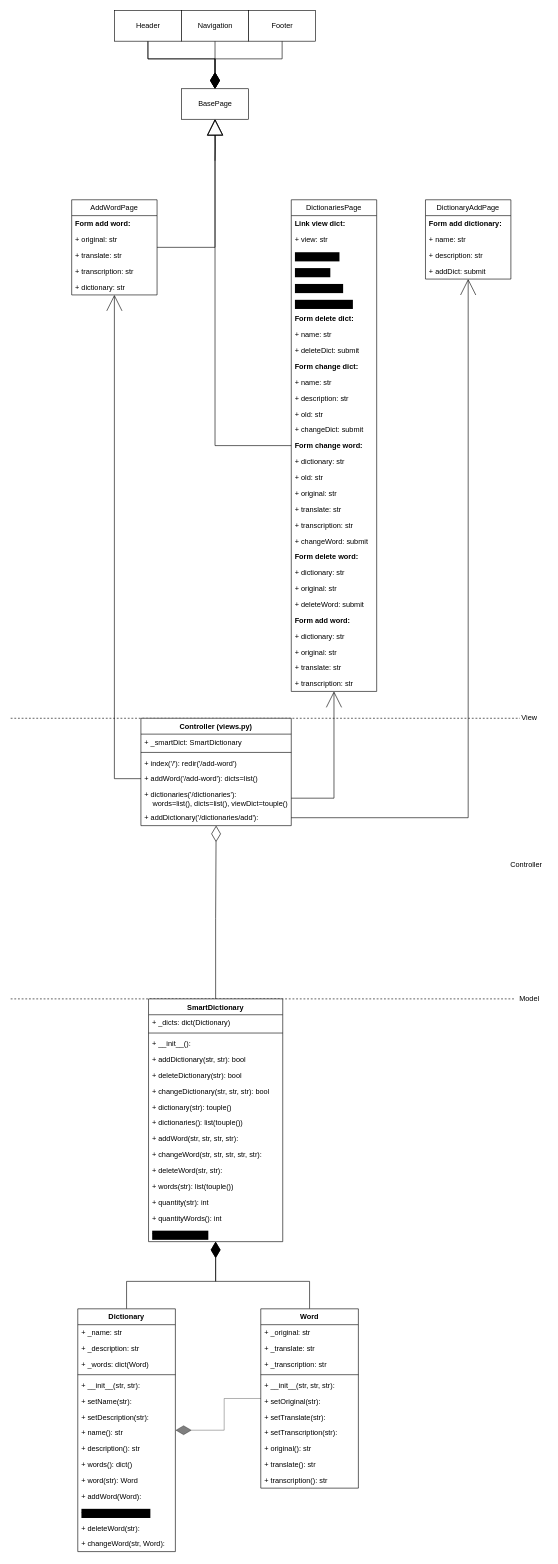
Before: page "classes" (5 of 5) of schemes/scheme.drawio in vikk777/Smart-Dictionary, a draw.io diagram. Source tidied: cells renumbered, new cells numbered last; positions are measured from the earlier drawing's top-left corner, leaving out a move shared by most shapes. Both pictures are drawn from the tidied source at 61%, with x=0, y=0 at pixel (10, 10).
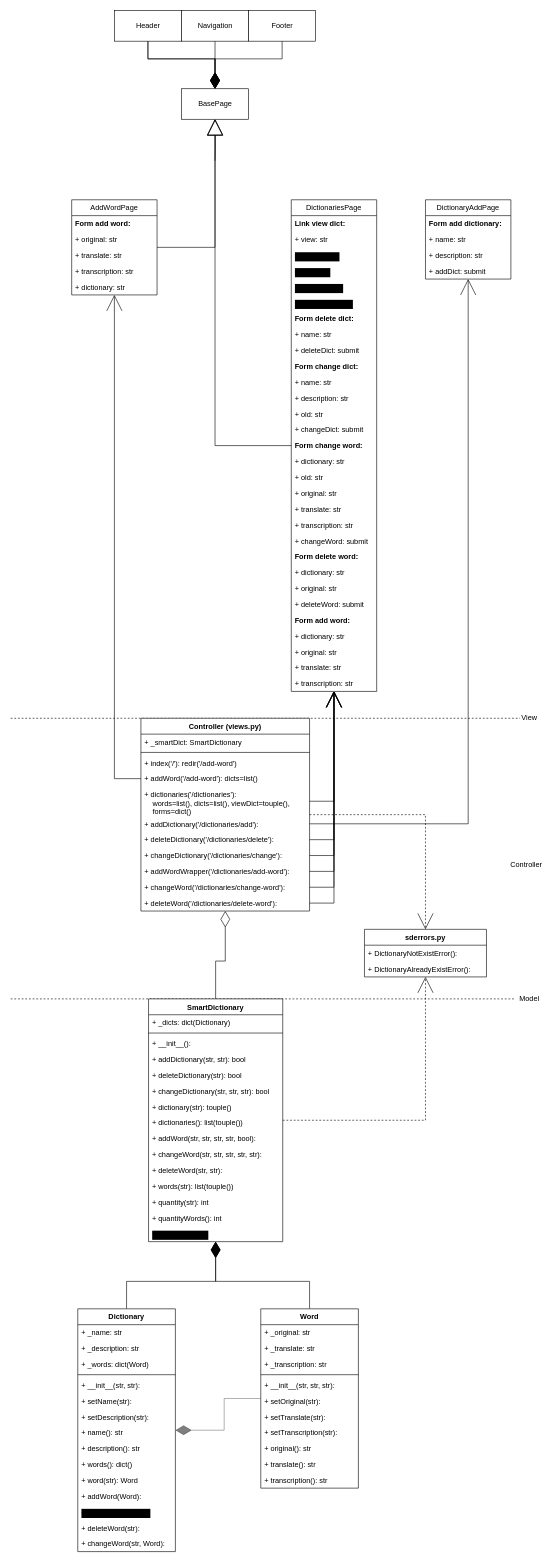
After the change.

Commit message:
Errors class added to scheme

The change refers to these unchanged cells:
```xml
<mxCell id="15" value="SmartDictionary" style="swimlane;fontStyle=1;align=center;verticalAlign=top;horizontal=1;startSize=26;" parent="1" vertex="1">
  <mxGeometry x="226" y="1620" width="220" height="398" as="geometry" />
</mxCell>
<mxCell id="79" value="DictionariesPage" style="swimlane;fontStyle=0;horizontal=1;startSize=26;fillColor=none;labelBackgroundColor=none;" parent="1" vertex="1">
  <mxGeometry x="460" y="310" width="140" height="806" as="geometry" />
</mxCell>
```

What changed in the source:
```diff
@@
+    <mxCell id="118" style="edgeStyle=orthogonalEdgeStyle;rounded=0;jettySize=auto;html=1;dashed=1;endArrow=open;endFill=0;endSize=24;" parent="1" edge="1" source="7" target="130">
+      <mxGeometry relative="1" as="geometry" />
+    </mxCell>
     <mxCell id="7" value="Controller (views.py)" style="swimlane;fontStyle=1;align=center;verticalAlign=top;horizontal=1;startSize=26;gradientColor=none;" parent="1" vertex="1">
-      <mxGeometry x="213.5" y="1160" width="246.5" height="176" as="geometry" />
+      <mxGeometry x="213.5" y="1160" width="276.5" height="316" as="geometry" />
     </mxCell>
     <mxCell id="8" value="+ _smartDict: SmartDictionary" style="text;strokeColor=none;fillColor=none;align=left;verticalAlign=top;spacingLeft=4;spacingRight=4;overflow=hidden;" parent="7" vertex="1">
-      <mxGeometry y="26" width="246.5" height="26" as="geometry" />
+      <mxGeometry y="26" width="276.5" height="26" as="geometry" />
     </mxCell>
     <mxCell id="9" style="line;strokeWidth=1;fillColor=none;align=left;verticalAlign=middle;spacingTop=-1;spacingLeft=3;spacingRight=3;labelPosition=right;" parent="7" vertex="1">
-      <mxGeometry y="52" width="246.5" height="8" as="geometry" />
+      <mxGeometry y="52" width="276.5" height="8" as="geometry" />
     </mxCell>
     <mxCell id="10" value="+ index('/'): redir('/add-word')" style="text;strokeColor=none;fillColor=none;align=left;verticalAlign=top;spacingLeft=4;spacingRight=4;overflow=hidden;" parent="7" vertex="1">
-      <mxGeometry y="60" width="246.5" height="26" as="geometry" />
+      <mxGeometry y="60" width="276.5" height="26" as="geometry" />
     </mxCell>
     <mxCell id="11" value="+ addWord('/add-word'): dicts=list()" style="text;strokeColor=none;fillColor=none;align=left;verticalAlign=top;spacingLeft=4;spacingRight=4;overflow=hidden;points=[[0,0.5],[1,0.5]];portConstraint=eastwest;" parent="7" vertex="1">
-      <mxGeometry y="86" width="246.5" height="26" as="geometry" />
+      <mxGeometry y="86" width="276.5" height="26" as="geometry" />
     </mxCell>
-    <mxCell id="12" value="+ dictionaries('/dictionaries'): &#10;    words=list(), dicts=list(), viewDict=touple()" style="text;strokeColor=none;fillColor=none;align=left;verticalAlign=top;spacingLeft=4;spacingRight=4;overflow=hidden;points=[[0,0.5],[1,0.5]];portConstraint=eastwest;" parent="7" vertex="1">
-      <mxGeometry y="112" width="246.5" height="38" as="geometry" />
+    <mxCell id="12" value="+ dictionaries('/dictionaries'): &#10;    words=list(), dicts=list(), viewDict=touple(),&#10;    forms=dict()" style="text;strokeColor=none;fillColor=none;align=left;verticalAlign=top;spacingLeft=4;spacingRight=4;overflow=hidden;points=[[0,0.5],[1,0.5]];portConstraint=eastwest;" parent="7" vertex="1">
+      <mxGeometry y="112" width="276.5" height="48" as="geometry" />
     </mxCell>
     <mxCell id="13" value="+ addDictionary('/dictionaries/add'):" style="text;strokeColor=none;fillColor=none;align=left;verticalAlign=top;spacingLeft=4;spacingRight=4;overflow=hidden;points=[[0,0.5],[1,0.5]];portConstraint=eastwest;" parent="7" vertex="1">
-      <mxGeometry y="150" width="246.5" height="26" as="geometry" />
+      <mxGeometry y="160" width="276.5" height="26" as="geometry" />
     </mxCell>
+    <mxCell id="119" value="+ deleteDictionary('/dictionaries/delete'):" style="text;strokeColor=none;fillColor=none;align=left;verticalAlign=top;spacingLeft=4;spacingRight=4;overflow=hidden;points=[[0,0.5],[1,0.5]];portConstraint=eastwest;" parent="7" vertex="1">
+      <mxGeometry y="186" width="276.5" height="26" as="geometry" />
+    </mxCell>
+    <mxCell id="120" value="+ changeDictionary('/dictionaries/change'):" style="text;strokeColor=none;fillColor=none;align=left;verticalAlign=top;spacingLeft=4;spacingRight=4;overflow=hidden;points=[[0,0.5],[1,0.5]];portConstraint=eastwest;" parent="7" vertex="1">
+      <mxGeometry y="212" width="276.5" height="26" as="geometry" />
+    </mxCell>
+    <mxCell id="121" value="+ addWordWrapper('/dictionaries/add-word'):" style="text;strokeColor=none;fillColor=none;align=left;verticalAlign=top;spacingLeft=4;spacingRight=4;overflow=hidden;points=[[0,0.5],[1,0.5]];portConstraint=eastwest;" parent="7" vertex="1">
+      <mxGeometry y="238" width="276.5" height="26" as="geometry" />
+    </mxCell>
+    <mxCell id="122" value="+ changeWord('/dictionaries/change-word'):" style="text;strokeColor=none;fillColor=none;align=left;verticalAlign=top;spacingLeft=4;spacingRight=4;overflow=hidden;points=[[0,0.5],[1,0.5]];portConstraint=eastwest;" parent="7" vertex="1">
+      <mxGeometry y="264" width="276.5" height="26" as="geometry" />
+    </mxCell>
+    <mxCell id="123" value="+ deleteWord('/dictionaries/delete-word'):" style="text;strokeColor=none;fillColor=none;align=left;verticalAlign=top;spacingLeft=4;spacingRight=4;overflow=hidden;points=[[0,0.5],[1,0.5]];portConstraint=eastwest;" parent="7" vertex="1">
+      <mxGeometry y="290" width="276.5" height="26" as="geometry" />
+    </mxCell>
@@
+    <mxCell id="124" style="edgeStyle=orthogonalEdgeStyle;rounded=0;jettySize=auto;html=1;endArrow=open;endFill=0;endSize=24;dashed=1;" parent="1" edge="1" source="15" target="130">
+      <mxGeometry relative="1" as="geometry" />
+    </mxCell>
@@
-    <mxCell id="24" value="+ addWord(str, str, str, str):" style="text;strokeColor=none;fillColor=none;align=left;verticalAlign=top;spacingLeft=4;spacingRight=4;overflow=hidden;" parent="15" vertex="1">
+    <mxCell id="24" value="+ addWord(str, str, str, str, bool):" style="text;strokeColor=none;fillColor=none;align=left;verticalAlign=top;spacingLeft=4;spacingRight=4;overflow=hidden;" parent="15" vertex="1">
       <mxGeometry y="216" width="220" height="26" as="geometry" />
     </mxCell>
@@
+    <mxCell id="125" style="edgeStyle=orthogonalEdgeStyle;rounded=0;jettySize=auto;html=1;endSize=24;endArrow=open;endFill=0;" parent="1" edge="1" source="119" target="79">
+      <mxGeometry relative="1" as="geometry" />
+    </mxCell>
+    <mxCell id="126" style="edgeStyle=orthogonalEdgeStyle;rounded=0;jettySize=auto;html=1;endArrow=open;endFill=0;endSize=24;" parent="1" edge="1" source="120" target="79">
+      <mxGeometry relative="1" as="geometry" />
+    </mxCell>
+    <mxCell id="127" style="edgeStyle=orthogonalEdgeStyle;rounded=0;jettySize=auto;html=1;endArrow=open;endFill=0;endSize=24;" parent="1" edge="1" source="121" target="79">
+      <mxGeometry relative="1" as="geometry" />
+    </mxCell>
+    <mxCell id="128" style="edgeStyle=orthogonalEdgeStyle;rounded=0;jettySize=auto;html=1;endArrow=open;endFill=0;endSize=24;" parent="1" edge="1" source="122" target="79">
+      <mxGeometry relative="1" as="geometry" />
+    </mxCell>
+    <mxCell id="129" style="edgeStyle=orthogonalEdgeStyle;rounded=0;jettySize=auto;html=1;endArrow=open;endFill=0;endSize=24;" parent="1" edge="1" source="123" target="79">
+      <mxGeometry relative="1" as="geometry" />
+    </mxCell>
+    <mxCell id="130" value="sderrors.py" style="swimlane;fontStyle=1;align=center;verticalAlign=top;horizontal=1;startSize=26;" parent="1" vertex="1">
+      <mxGeometry x="580" y="1506" width="200" height="78" as="geometry" />
+    </mxCell>
+    <mxCell id="131" value="+ DictionaryNotExistError():" style="text;strokeColor=none;fillColor=none;align=left;verticalAlign=top;spacingLeft=4;spacingRight=4;overflow=hidden;" parent="130" vertex="1">
+      <mxGeometry y="26" width="200" height="26" as="geometry" />
+    </mxCell>
+    <mxCell id="132" value="+ DictionaryAlreadyExistError():" style="text;strokeColor=none;fillColor=none;align=left;verticalAlign=top;spacingLeft=4;spacingRight=4;overflow=hidden;" parent="130" vertex="1">
+      <mxGeometry y="52" width="200" height="26" as="geometry" />
+    </mxCell>
```
